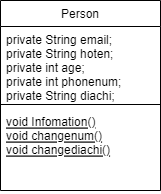
nguyendaobach/PRO192 keeps this draw.io diagram as baimot/src/Lab3/Untitled Diagram.drawio.png. Above is the earlier version. Source tidied: cells renumbered, new cells last; positions are measured from the earlier drawing's top-left corner, leaving out a move shared by most shapes.
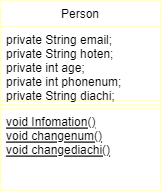
The same file after the commit.

The edit, as a diff of the source:
```diff
@@ -2,16 +2,16 @@
   <root>
     <mxCell id="0" />
     <mxCell id="1" parent="0" />
-    <mxCell id="2" value="Person" style="swimlane;fontStyle=0;align=center;verticalAlign=top;horizontal=1;startSize=26;rounded=0;shadow=0;strokeWidth=1;" parent="1" vertex="1">
+    <mxCell id="2" value="Person" style="swimlane;fontStyle=0;align=center;verticalAlign=top;horizontal=1;startSize=26;rounded=0;shadow=0;strokeWidth=1;strokeColor=#FFFFCC;" parent="1" vertex="1">
       <mxGeometry width="160" height="190" as="geometry" />
     </mxCell>
-    <mxCell id="3" value="private String email;&#10;private String hoten;&#10;private int age;&#10;private int phonenum;&#10;private String diachi; " style="text;align=left;verticalAlign=top;spacingLeft=4;spacingRight=4;overflow=hidden;" parent="2" vertex="1">
+    <mxCell id="3" value="private String email;&#10;private String hoten;&#10;private int age;&#10;private int phonenum;&#10;private String diachi; " style="text;align=left;verticalAlign=top;spacingLeft=4;spacingRight=4;overflow=hidden;strokeColor=#FFFFCC;fontColor=#000000;" parent="2" vertex="1">
       <mxGeometry y="26" width="160" height="74" as="geometry" />
     </mxCell>
-    <mxCell id="4" style="line;html=1;strokeWidth=1;align=left;verticalAlign=middle;spacingTop=-1;spacingLeft=3;spacingRight=3;labelPosition=right;" parent="2" vertex="1">
+    <mxCell id="4" style="line;html=1;strokeWidth=1;align=left;verticalAlign=middle;spacingTop=-1;spacingLeft=3;spacingRight=3;labelPosition=right;strokeColor=#FFFFCC;" parent="2" vertex="1">
       <mxGeometry y="100" width="160" height="8" as="geometry" />
     </mxCell>
-    <mxCell id="5" value="void Infomation()&#10;void changenum()&#10;void changediachi()" style="text;align=left;verticalAlign=top;spacingLeft=4;spacingRight=4;overflow=hidden;fontStyle=4;" parent="2" vertex="1">
+    <mxCell id="5" value="void Infomation()&#10;void changenum()&#10;void changediachi()" style="text;align=left;verticalAlign=top;spacingLeft=4;spacingRight=4;overflow=hidden;fontStyle=4;strokeColor=#FFFFCC;fontColor=#000000;" parent="2" vertex="1">
       <mxGeometry y="108" width="160" height="82" as="geometry" />
     </mxCell>
   </root>
```
